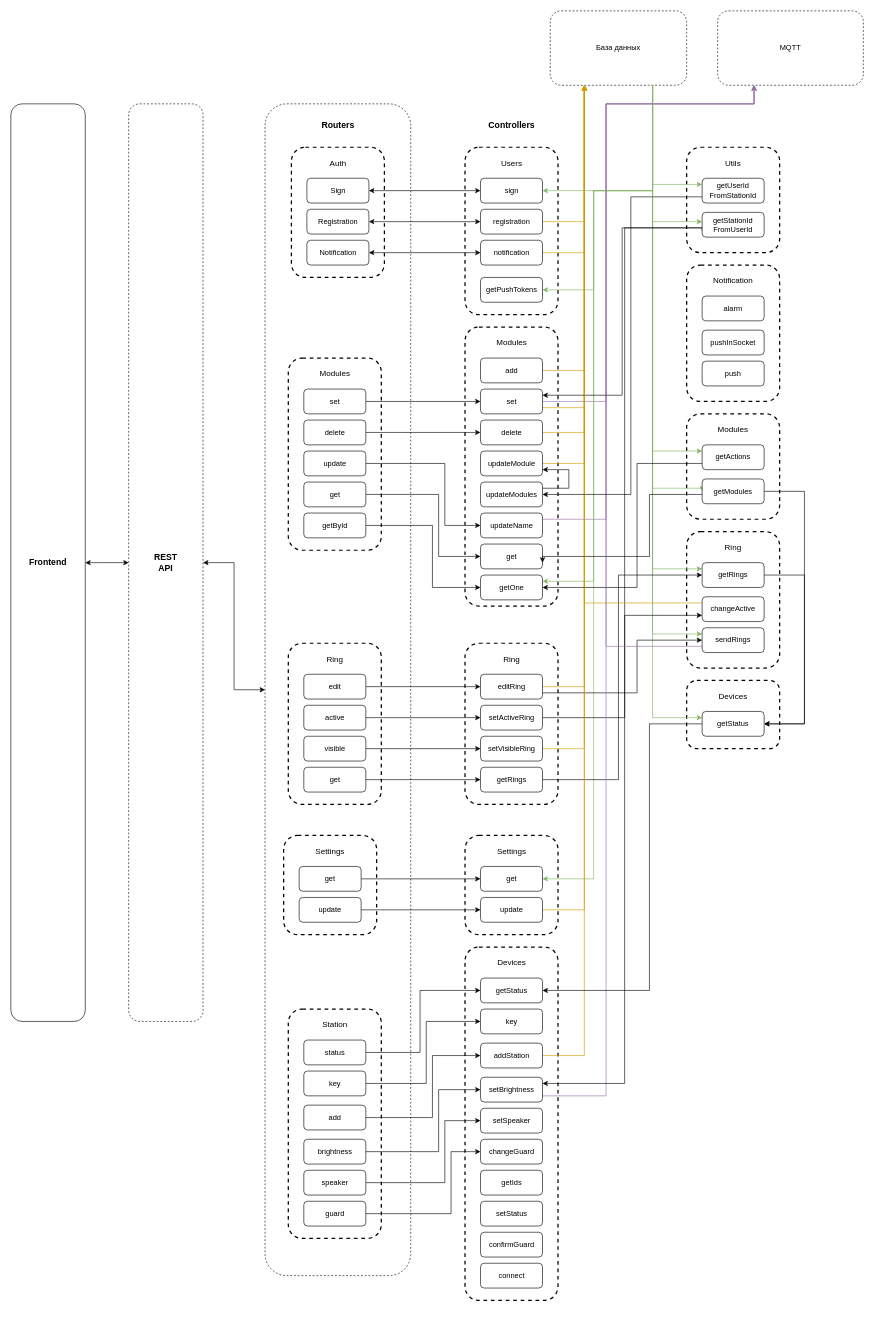
Before: UML.drawio in PavelG1307/FifthFloorBackend, a draw.io diagram. Source tidied: cells renumbered, new cells numbered last; positions are measured from the earlier drawing's top-left corner, leaving out a move shared by most shapes. Both pictures are drawn from the tidied source at 62%, with x=0, y=0 at pixel (11, 11).
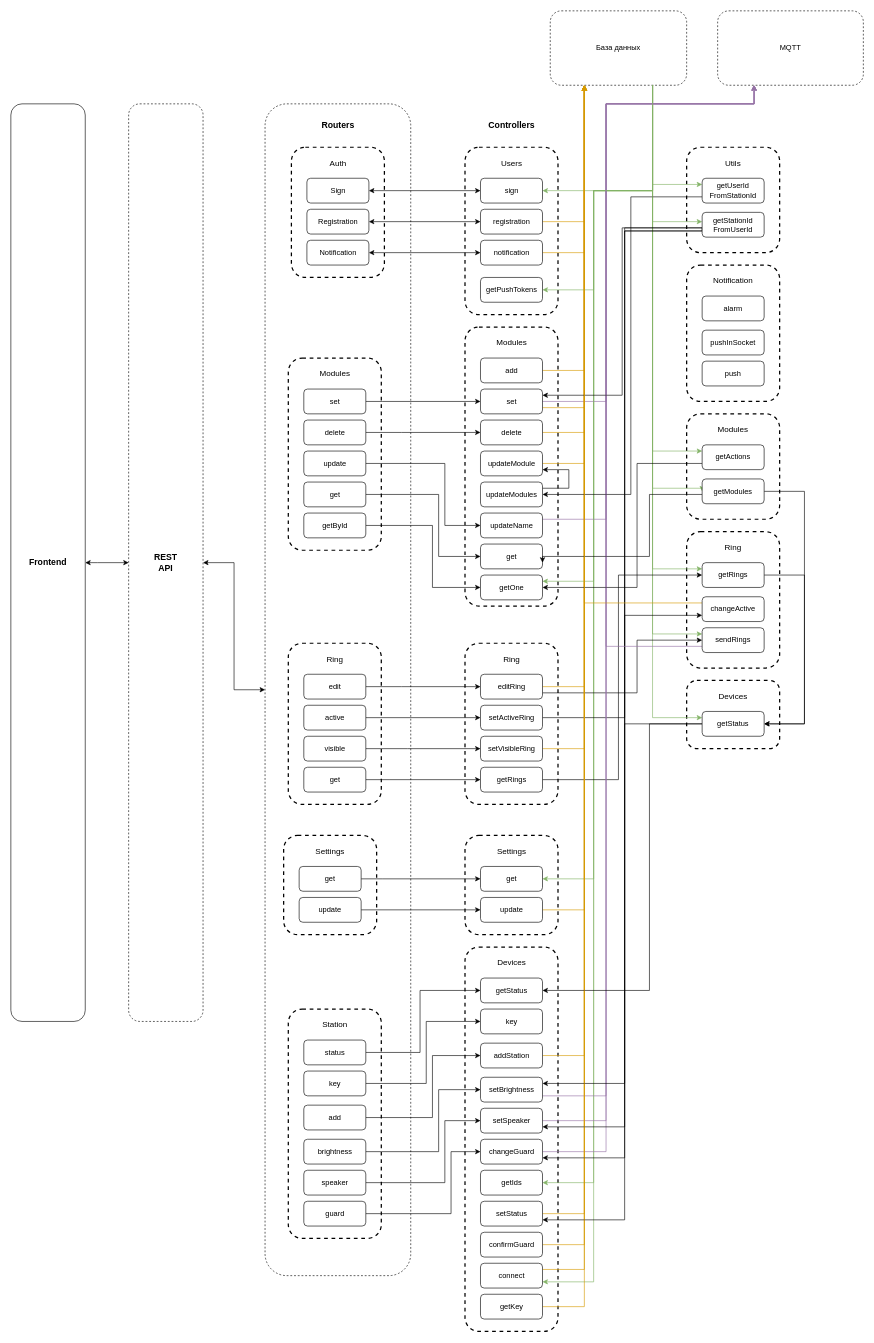
After the change.

The change refers to these unchanged cells:
```xml
<mxCell id="5" value="MQTT" style="rounded=1;whiteSpace=wrap;html=1;dashed=1;" parent="1" vertex="1">
  <mxGeometry x="1140" width="235" height="120" as="geometry" />
</mxCell>
<mxCell id="73" value="База данных" style="rounded=1;whiteSpace=wrap;html=1;dashed=1;" parent="1" vertex="1">
  <mxGeometry x="870" width="220" height="120" as="geometry" />
</mxCell>
<mxCell id="110" value="setSpeaker" style="rounded=1;whiteSpace=wrap;html=1;" parent="1" vertex="1">
  <mxGeometry x="757.5" y="1770" width="100" height="40" as="geometry" />
</mxCell>
<mxCell id="111" value="changeGuard" style="rounded=1;whiteSpace=wrap;html=1;" parent="1" vertex="1">
  <mxGeometry x="757.5" y="1820" width="100" height="40" as="geometry" />
</mxCell>
<mxCell id="122" value="getIds" style="rounded=1;whiteSpace=wrap;html=1;" parent="1" vertex="1">
  <mxGeometry x="757.5" y="1870" width="100" height="40" as="geometry" />
</mxCell>
<mxCell id="123" value="confirmGuard" style="rounded=1;whiteSpace=wrap;html=1;" parent="1" vertex="1">
  <mxGeometry x="757.5" y="1970" width="100" height="40" as="geometry" />
</mxCell>
<mxCell id="124" value="setStatus" style="rounded=1;whiteSpace=wrap;html=1;" parent="1" vertex="1">
  <mxGeometry x="757.5" y="1920" width="100" height="40" as="geometry" />
</mxCell>
<mxCell id="125" value="connect" style="rounded=1;whiteSpace=wrap;html=1;" parent="1" vertex="1">
  <mxGeometry x="757.5" y="2020" width="100" height="40" as="geometry" />
</mxCell>
<mxCell id="133" value="getStationId&lt;br&gt;FromUserId" style="rounded=1;whiteSpace=wrap;html=1;" parent="1" vertex="1">
  <mxGeometry x="1115" y="325" width="100" height="40" as="geometry" />
</mxCell>
<mxCell id="156" value="getStatus" style="rounded=1;whiteSpace=wrap;html=1;" parent="1" vertex="1">
  <mxGeometry x="1115" y="1130" width="100" height="40" as="geometry" />
</mxCell>
```

Change to the diagram source:
```diff
@@
     <mxCell id="6" style="rounded=1;whiteSpace=wrap;html=1;dashed=1;strokeWidth=2;" parent="1" vertex="1">
-      <mxGeometry x="732.5" y="1510" width="150" height="570" as="geometry" />
+      <mxGeometry x="732.5" y="1510" width="150" height="620" as="geometry" />
     </mxCell>
@@
+    <mxCell id="158" style="edgeStyle=orthogonalEdgeStyle;rounded=0;jettySize=auto;html=1;exitX=0.75;exitY=1;exitDx=0;exitDy=0;fontSize=14;startArrow=none;startFill=0;endArrow=classic;endFill=1;fillColor=#d5e8d4;strokeColor=#82b366;" parent="1" edge="1" source="73" target="122">
+      <mxGeometry relative="1" as="geometry">
+        <Array as="points">
+          <mxPoint x="1035" y="290" />
+          <mxPoint x="940" y="290" />
+          <mxPoint x="940" y="1890" />
+        </Array>
+      </mxGeometry>
+    </mxCell>
+    <mxCell id="159" style="edgeStyle=orthogonalEdgeStyle;rounded=0;jettySize=auto;html=1;exitX=0.75;exitY=1;exitDx=0;exitDy=0;entryX=1;entryY=0.75;entryDx=0;entryDy=0;fontSize=14;startArrow=none;startFill=0;endArrow=classic;endFill=1;fillColor=#d5e8d4;strokeColor=#82b366;" parent="1" edge="1" source="73" target="125">
+      <mxGeometry relative="1" as="geometry">
+        <Array as="points">
+          <mxPoint x="1035" y="290" />
+          <mxPoint x="940" y="290" />
+          <mxPoint x="940" y="2050" />
+        </Array>
+      </mxGeometry>
+    </mxCell>
@@
+    <mxCell id="160" style="edgeStyle=orthogonalEdgeStyle;rounded=0;jettySize=auto;html=1;exitX=1;exitY=0.5;exitDx=0;exitDy=0;entryX=0.25;entryY=1;entryDx=0;entryDy=0;fontSize=14;startArrow=none;startFill=0;endArrow=classic;endFill=1;fillColor=#e1d5e7;strokeColor=#9673a6;" parent="1" edge="1" source="110" target="5">
+      <mxGeometry relative="1" as="geometry">
+        <Array as="points">
+          <mxPoint x="960" y="1790" />
+          <mxPoint x="960" y="150" />
+          <mxPoint x="1199" y="150" />
+        </Array>
+      </mxGeometry>
+    </mxCell>
@@
+    <mxCell id="161" style="edgeStyle=orthogonalEdgeStyle;rounded=0;jettySize=auto;html=1;exitX=1;exitY=0.5;exitDx=0;exitDy=0;entryX=0.25;entryY=1;entryDx=0;entryDy=0;fontSize=14;startArrow=none;startFill=0;endArrow=classic;endFill=1;fillColor=#e1d5e7;strokeColor=#9673a6;" parent="1" edge="1" source="111" target="5">
+      <mxGeometry relative="1" as="geometry">
+        <Array as="points">
+          <mxPoint x="960" y="1840" />
+          <mxPoint x="960" y="150" />
+          <mxPoint x="1199" y="150" />
+        </Array>
+      </mxGeometry>
+    </mxCell>
@@
+    <mxCell id="162" style="edgeStyle=orthogonalEdgeStyle;rounded=0;jettySize=auto;html=1;entryX=0.25;entryY=1;entryDx=0;entryDy=0;fontSize=14;startArrow=none;startFill=0;endArrow=classic;endFill=1;fillColor=#ffe6cc;strokeColor=#d79b00;" parent="1" edge="1" source="123" target="73">
+      <mxGeometry relative="1" as="geometry" />
+    </mxCell>
@@
+    <mxCell id="163" style="edgeStyle=orthogonalEdgeStyle;rounded=0;jettySize=auto;html=1;entryX=0.25;entryY=1;entryDx=0;entryDy=0;fontSize=14;startArrow=none;startFill=0;endArrow=classic;endFill=1;fillColor=#ffe6cc;strokeColor=#d79b00;" parent="1" edge="1" source="124" target="73">
+      <mxGeometry relative="1" as="geometry" />
+    </mxCell>
@@
+    <mxCell id="164" style="edgeStyle=orthogonalEdgeStyle;rounded=0;jettySize=auto;html=1;exitX=1;exitY=0.25;exitDx=0;exitDy=0;entryX=0.25;entryY=1;entryDx=0;entryDy=0;fontSize=14;startArrow=none;startFill=0;endArrow=classic;endFill=1;fillColor=#ffe6cc;strokeColor=#d79b00;" parent="1" edge="1" source="125" target="73">
+      <mxGeometry relative="1" as="geometry" />
+    </mxCell>
@@
+    <mxCell id="165" style="edgeStyle=orthogonalEdgeStyle;rounded=0;jettySize=auto;html=1;exitX=0;exitY=0.75;exitDx=0;exitDy=0;entryX=1;entryY=0.75;entryDx=0;entryDy=0;fontSize=14;startArrow=none;startFill=0;endArrow=classic;endFill=1;" parent="1" edge="1" source="133" target="110">
+      <mxGeometry relative="1" as="geometry">
+        <Array as="points">
+          <mxPoint x="990" y="355" />
+          <mxPoint x="990" y="1800" />
+        </Array>
+      </mxGeometry>
+    </mxCell>
+    <mxCell id="166" style="edgeStyle=orthogonalEdgeStyle;rounded=0;jettySize=auto;html=1;exitX=0;exitY=0.75;exitDx=0;exitDy=0;entryX=1;entryY=0.75;entryDx=0;entryDy=0;fontSize=14;startArrow=none;startFill=0;endArrow=classic;endFill=1;" parent="1" edge="1" source="133" target="111">
+      <mxGeometry relative="1" as="geometry">
+        <Array as="points">
+          <mxPoint x="990" y="355" />
+          <mxPoint x="990" y="1850" />
+        </Array>
+      </mxGeometry>
+    </mxCell>
@@
+    <mxCell id="167" style="edgeStyle=orthogonalEdgeStyle;rounded=0;jettySize=auto;html=1;exitX=0;exitY=0.5;exitDx=0;exitDy=0;entryX=1;entryY=0.75;entryDx=0;entryDy=0;fontSize=14;startArrow=none;startFill=0;endArrow=classic;endFill=1;" parent="1" edge="1" source="156" target="124">
+      <mxGeometry relative="1" as="geometry">
+        <Array as="points">
+          <mxPoint x="990" y="1150" />
+          <mxPoint x="990" y="1950" />
+        </Array>
+      </mxGeometry>
+    </mxCell>
@@
+    <mxCell id="168" style="edgeStyle=orthogonalEdgeStyle;rounded=0;jettySize=auto;html=1;exitX=1;exitY=0.5;exitDx=0;exitDy=0;entryX=0.25;entryY=1;entryDx=0;entryDy=0;fontSize=14;startArrow=none;startFill=0;endArrow=classic;endFill=1;fillColor=#ffe6cc;strokeColor=#d79b00;" parent="1" edge="1" source="169" target="73">
+      <mxGeometry relative="1" as="geometry" />
+    </mxCell>
+    <mxCell id="169" value="getKey" style="rounded=1;whiteSpace=wrap;html=1;" parent="1" vertex="1">
+      <mxGeometry x="757.5" y="2070" width="100" height="40" as="geometry" />
+    </mxCell>
```
